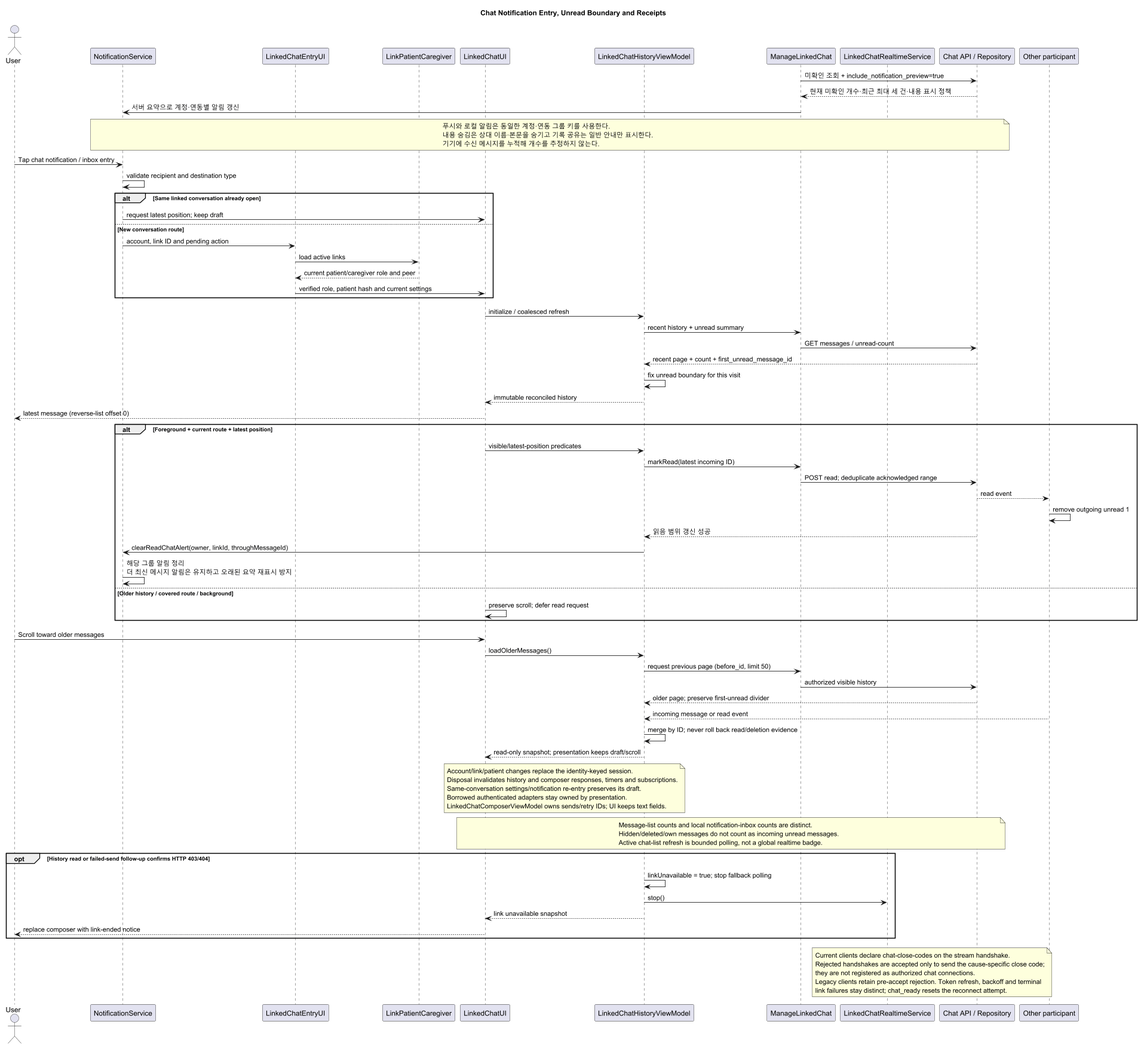
Above: docs/UML/sequence/ChatReadState.png in 1window2/MedBuddy (PlantUML), before the change. Its source is kept beside it as docs/UML/sequence/ChatReadState.puml.
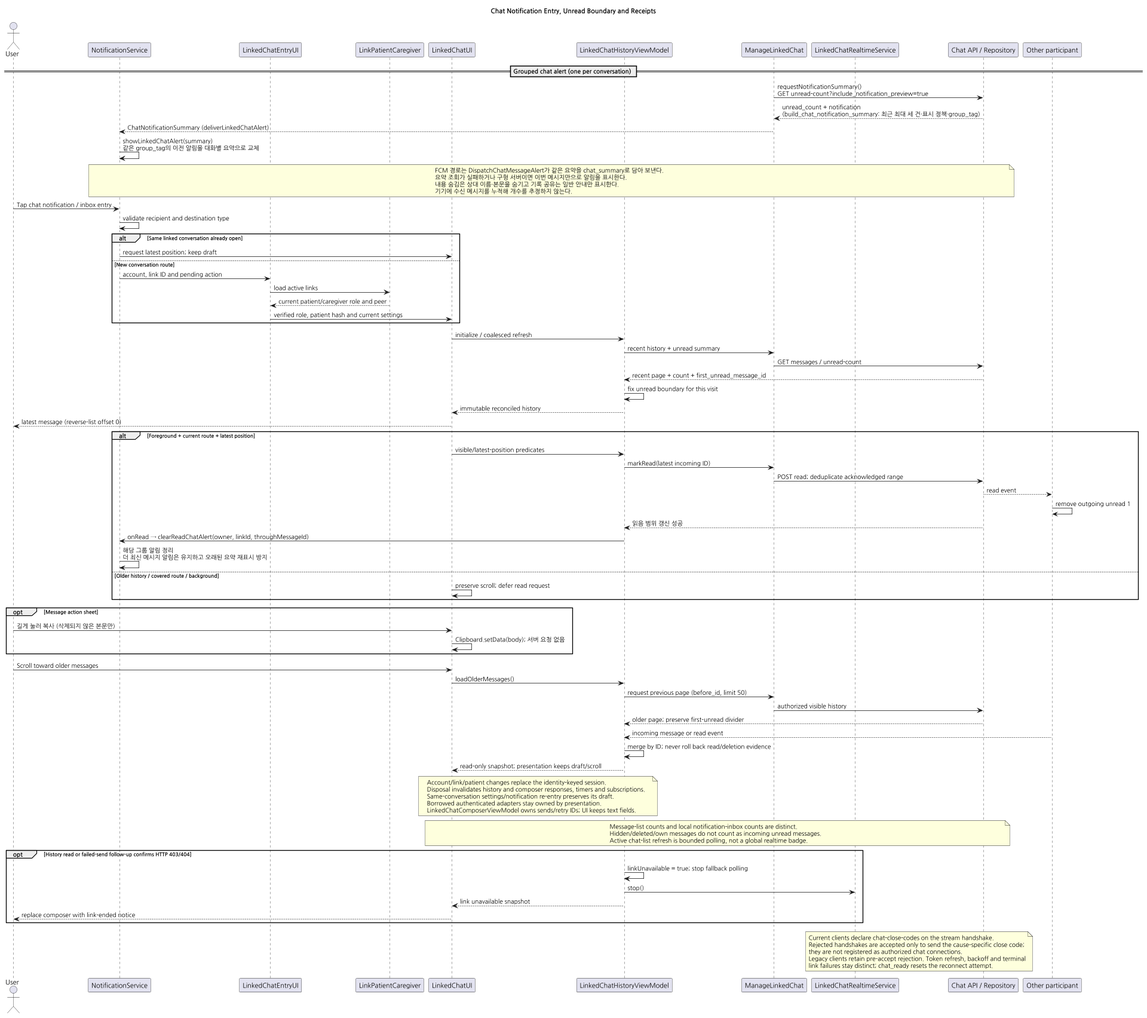
After the commit.

What changed in the source:
```diff
@@ -1,4 +1,5 @@
 @startuml
+skinparam defaultFontName Nanum Gothic
 scale max 1920 width
 skinparam backgroundColor white
 skinparam shadowing false
@@ -14,11 +15,14 @@
 participant "Chat API / Repository" as API
 participant "Other participant" as Peer
 
-Control -> API : 미확인 조회 + include_notification_preview=true
-API --> Control : 현재 미확인 개수·최근 최대 세 건·내용 표시 정책
-Control -> Notification : 서버 요약으로 계정·연동별 알림 갱신
+== Grouped chat alert (one per conversation) ==
+Control -> API : requestNotificationSummary()\nGET unread-count?include_notification_preview=true
+API --> Control : unread_count + notification\n(build_chat_notification_summary: 최근 최대 세 건·표시 정책·group_tag)
+Control --> Notification : ChatNotificationSummary (deliverLinkedChatAlert)
+Notification -> Notification : showLinkedChatAlert(summary)\n같은 group_tag의 이전 알림을 대화별 요약으로 교체
 note over Notification,API
-  푸시와 로컬 알림은 동일한 계정·연동 그룹 키를 사용한다.
+  FCM 경로는 DispatchChatMessageAlert가 같은 요약을 chat_summary로 담아 보낸다.
+  요약 조회가 실패하거나 구형 서버이면 이번 메시지만으로 알림을 표시한다.
   내용 숨김은 상대 이름·본문을 숨기고 기록 공유는 일반 안내만 표시한다.
   기기에 수신 메시지를 누적해 개수를 추정하지 않는다.
 end note
@@ -48,10 +52,15 @@
   API --> Peer : read event
   Peer -> Peer : remove outgoing unread 1
   API --> History : 읽음 범위 갱신 성공
-  History -> Notification : clearReadChatAlert(owner, linkId, throughMessageId)
+  History -> Notification : onRead → clearReadChatAlert(owner, linkId, throughMessageId)
   Notification -> Notification : 해당 그룹 알림 정리\n더 최신 메시지 알림은 유지하고 오래된 요약 재표시 방지
 else Older history / covered route / background
   UI -> UI : preserve scroll; defer read request
+end
+
+opt Message action sheet
+  User -> UI : 길게 눌러 복사 (삭제되지 않은 본문만)
+  UI -> UI : Clipboard.setData(body); 서버 요청 없음
 end
 
 User -> UI : Scroll toward older messages
```
